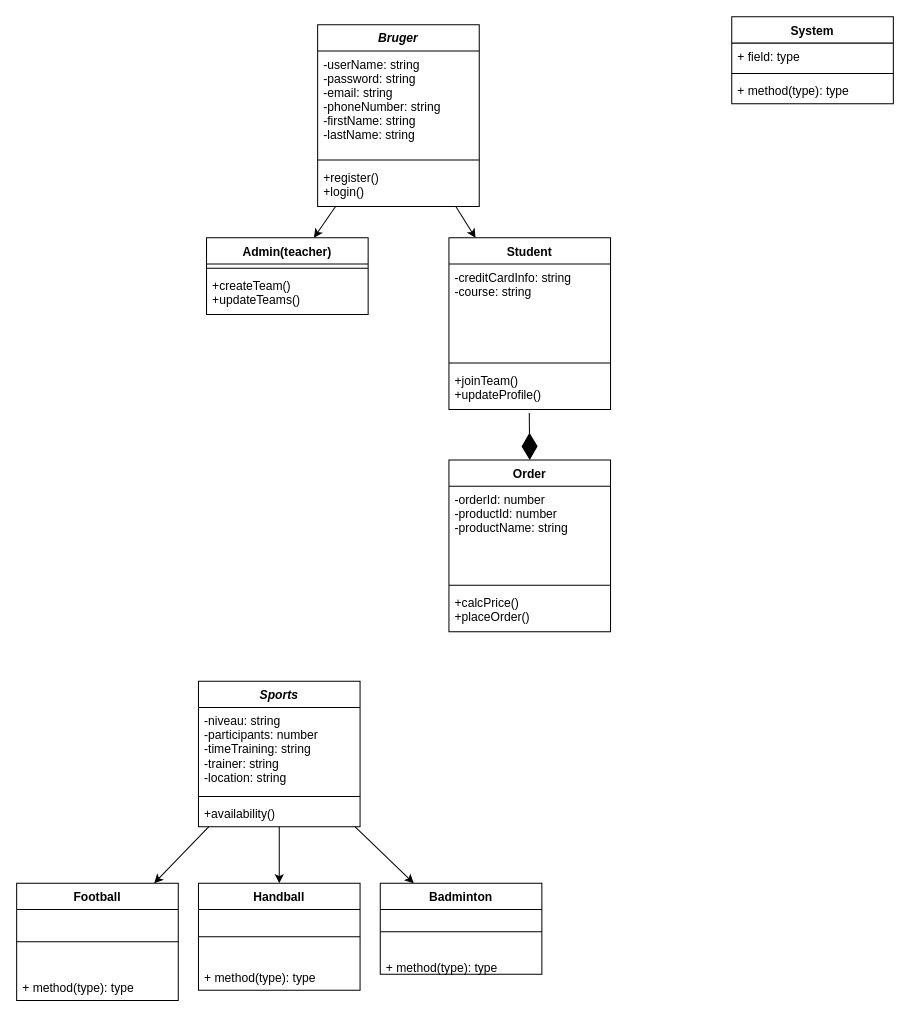
Earlier version of the draw.io diagram Untitled Diagram.drawio (Niklas107/Gruppeprojekt-1). Source tidied: cells renumbered, new cells numbered last; positions are measured from the earlier drawing's top-left corner, leaving out a move shared by most shapes. Both pictures are drawn from the tidied source at 101%, with x=0, y=0 at pixel (16, 16).
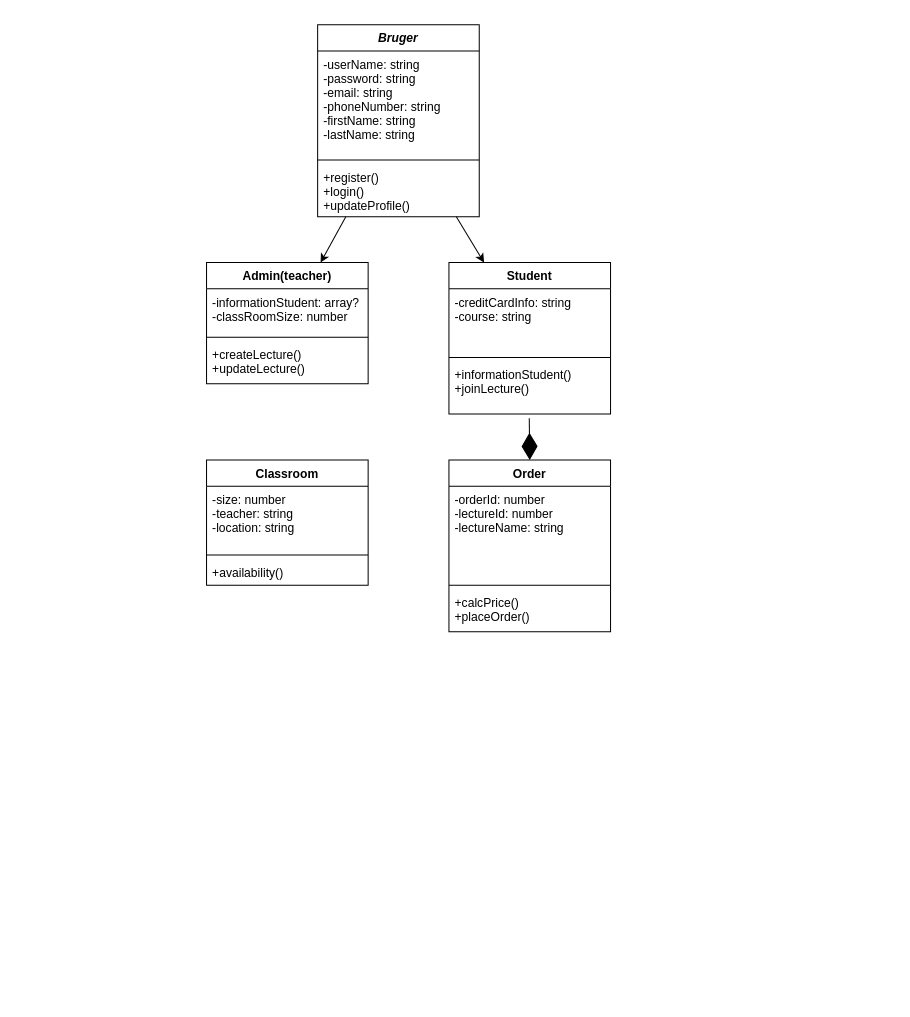
After the change.

Unchanged cells that the change refers to:
```xml
<mxCell id="15" value="Order" style="swimlane;fontStyle=1;align=center;verticalAlign=top;horizontal=1;startSize=26;" parent="1" vertex="1">
  <mxGeometry x="428" y="439" width="160" height="170" as="geometry" />
</mxCell>
```

The edit, as a diff of the source:
```diff
@@
     <mxCell id="4" value="Bruger" style="swimlane;fontStyle=3;align=center;verticalAlign=top;horizontal=1;startSize=26;" parent="1" vertex="1">
-      <mxGeometry x="298" y="8" width="160" height="180" as="geometry" />
+      <mxGeometry x="298" y="8" width="160" height="190" as="geometry" />
     </mxCell>
@@
-    <mxCell id="7" value="+register()&#10;+login()" style="text;strokeColor=none;fillColor=none;align=left;verticalAlign=top;spacingLeft=4;spacingRight=4;overflow=hidden;" parent="4" vertex="1">
-      <mxGeometry y="138" width="160" height="42" as="geometry" />
+    <mxCell id="7" value="+register()&#10;+login()&#10;+updateProfile()" style="text;strokeColor=none;fillColor=none;align=left;verticalAlign=top;spacingLeft=4;spacingRight=4;overflow=hidden;" parent="4" vertex="1">
+      <mxGeometry y="138" width="160" height="52" as="geometry" />
     </mxCell>
     <mxCell id="8" value="Admin(teacher)" style="swimlane;fontStyle=1;align=center;verticalAlign=top;horizontal=1;startSize=26;" parent="1" vertex="1">
-      <mxGeometry x="188" y="219" width="160" height="76" as="geometry" />
+      <mxGeometry x="188" y="243.5" width="160" height="120" as="geometry" />
     </mxCell>
+    <mxCell id="40" value="-informationStudent: array?&#10;-classRoomSize: number&#10;" style="text;strokeColor=none;fillColor=none;align=left;verticalAlign=top;spacingLeft=4;spacingRight=4;overflow=hidden;" parent="8" vertex="1">
+      <mxGeometry y="26" width="160" height="44" as="geometry" />
+    </mxCell>
     <mxCell id="9" style="line;strokeWidth=1;fillColor=none;align=left;verticalAlign=middle;spacingTop=-1;spacingLeft=3;spacingRight=3;labelPosition=right;" parent="8" vertex="1">
-      <mxGeometry y="26" width="160" height="8" as="geometry" />
+      <mxGeometry y="70" width="160" height="8" as="geometry" />
     </mxCell>
-    <mxCell id="10" value="+createTeam()&#10;+updateTeams()" style="text;strokeColor=none;fillColor=none;align=left;verticalAlign=top;spacingLeft=4;spacingRight=4;overflow=hidden;" parent="8" vertex="1">
-      <mxGeometry y="34" width="160" height="42" as="geometry" />
+    <mxCell id="10" value="+createLecture()&#10;+updateLecture()" style="text;strokeColor=none;fillColor=none;align=left;verticalAlign=top;spacingLeft=4;spacingRight=4;overflow=hidden;" parent="8" vertex="1">
+      <mxGeometry y="78" width="160" height="42" as="geometry" />
     </mxCell>
     <mxCell id="11" value="Student" style="swimlane;fontStyle=1;align=center;verticalAlign=top;horizontal=1;startSize=26;" parent="1" vertex="1">
-      <mxGeometry x="428" y="219" width="160" height="170" as="geometry" />
+      <mxGeometry x="428" y="243.5" width="160" height="150" as="geometry" />
     </mxCell>
     <mxCell id="12" value="-creditCardInfo: string&#10;-course: string" style="text;strokeColor=none;fillColor=none;align=left;verticalAlign=top;spacingLeft=4;spacingRight=4;overflow=hidden;" parent="11" vertex="1">
-      <mxGeometry y="26" width="160" height="94" as="geometry" />
+      <mxGeometry y="26" width="160" height="64" as="geometry" />
     </mxCell>
     <mxCell id="13" style="line;strokeWidth=1;fillColor=none;align=left;verticalAlign=middle;spacingTop=-1;spacingLeft=3;spacingRight=3;labelPosition=right;" parent="11" vertex="1">
-      <mxGeometry y="120" width="160" height="8" as="geometry" />
+      <mxGeometry y="90" width="160" height="8" as="geometry" />
     </mxCell>
-    <mxCell id="14" value="+joinTeam()&#10;+updateProfile()" style="text;strokeColor=none;fillColor=none;align=left;verticalAlign=top;spacingLeft=4;spacingRight=4;overflow=hidden;points=[[0,0.5],[1,0.5]];portConstraint=eastwest;" parent="11" vertex="1">
-      <mxGeometry y="128" width="160" height="42" as="geometry" />
+    <mxCell id="14" value="+informationStudent()&#10;+joinLecture()&#10;" style="text;strokeColor=none;fillColor=none;align=left;verticalAlign=top;spacingLeft=4;spacingRight=4;overflow=hidden;points=[[0,0.5],[1,0.5]];portConstraint=eastwest;" parent="11" vertex="1">
+      <mxGeometry y="98" width="160" height="52" as="geometry" />
     </mxCell>
@@
-    <mxCell id="16" value="-orderId: number&#10;-productId: number&#10;-productName: string&#10;" style="text;strokeColor=none;fillColor=none;align=left;verticalAlign=top;spacingLeft=4;spacingRight=4;overflow=hidden;" parent="15" vertex="1">
+    <mxCell id="16" value="-orderId: number&#10;-lectureId: number&#10;-lectureName: string&#10;" style="text;strokeColor=none;fillColor=none;align=left;verticalAlign=top;spacingLeft=4;spacingRight=4;overflow=hidden;" parent="15" vertex="1">
       <mxGeometry y="26" width="160" height="94" as="geometry" />
     </mxCell>
@@
-    <mxCell id="19" style="edgeStyle=none;rounded=0;jettySize=auto;html=1;" parent="1" edge="1" source="22" target="32">
-      <mxGeometry relative="1" as="geometry" />
-    </mxCell>
-    <mxCell id="20" style="edgeStyle=none;rounded=0;jettySize=auto;html=1;" parent="1" edge="1" source="22" target="29">
-      <mxGeometry relative="1" as="geometry" />
-    </mxCell>
-    <mxCell id="21" style="edgeStyle=none;rounded=0;jettySize=auto;html=1;" parent="1" edge="1" source="22" target="26">
-      <mxGeometry relative="1" as="geometry" />
-    </mxCell>
-    <mxCell id="22" value="Sports" style="swimlane;fontStyle=3;align=center;verticalAlign=top;horizontal=1;startSize=26;" parent="1" vertex="1">
-      <mxGeometry x="180" y="658" width="160" height="144" as="geometry" />
+    <mxCell id="22" value="Classroom" style="swimlane;fontStyle=1;align=center;verticalAlign=top;horizontal=1;startSize=26;" parent="1" vertex="1">
+      <mxGeometry x="188" y="439" width="160" height="124" as="geometry" />
     </mxCell>
-    <mxCell id="23" value="-niveau: string&#10;-participants: number&#10;-timeTraining: string&#10;-trainer: string&#10;-location: string" style="text;strokeColor=none;fillColor=none;align=left;verticalAlign=top;spacingLeft=4;spacingRight=4;overflow=hidden;" parent="22" vertex="1">
-      <mxGeometry y="26" width="160" height="84" as="geometry" />
+    <mxCell id="23" value="-size: number&#10;-teacher: string&#10;-location: string" style="text;strokeColor=none;fillColor=none;align=left;verticalAlign=top;spacingLeft=4;spacingRight=4;overflow=hidden;" parent="22" vertex="1">
+      <mxGeometry y="26" width="160" height="64" as="geometry" />
     </mxCell>
     <mxCell id="24" style="line;strokeWidth=1;fillColor=none;align=left;verticalAlign=middle;spacingTop=-1;spacingLeft=3;spacingRight=3;labelPosition=right;" parent="22" vertex="1">
-      <mxGeometry y="110" width="160" height="8" as="geometry" />
+      <mxGeometry y="90" width="160" height="8" as="geometry" />
     </mxCell>
     <mxCell id="25" value="+availability()" style="text;strokeColor=none;fillColor=none;align=left;verticalAlign=top;spacingLeft=4;spacingRight=4;overflow=hidden;" parent="22" vertex="1">
-      <mxGeometry y="118" width="160" height="26" as="geometry" />
+      <mxGeometry y="98" width="160" height="26" as="geometry" />
     </mxCell>
-    <mxCell id="26" value="Handball" style="swimlane;fontStyle=1;align=center;verticalAlign=top;horizontal=1;startSize=26;" parent="1" vertex="1">
-      <mxGeometry x="180" y="858" width="160" height="106" as="geometry" />
-    </mxCell>
-    <mxCell id="27" style="line;strokeWidth=1;fillColor=none;align=left;verticalAlign=middle;spacingTop=-1;spacingLeft=3;spacingRight=3;labelPosition=right;" parent="26" vertex="1">
-      <mxGeometry y="26" width="160" height="54" as="geometry" />
-    </mxCell>
-    <mxCell id="28" value="+ method(type): type" style="text;strokeColor=none;fillColor=none;align=left;verticalAlign=top;spacingLeft=4;spacingRight=4;overflow=hidden;" parent="26" vertex="1">
-      <mxGeometry y="80" width="160" height="26" as="geometry" />
-    </mxCell>
-    <mxCell id="29" value="Badminton" style="swimlane;fontStyle=1;align=center;verticalAlign=top;horizontal=1;startSize=26;" parent="1" vertex="1">
-      <mxGeometry x="360" y="858" width="160" height="90" as="geometry" />
-    </mxCell>
-    <mxCell id="30" style="line;strokeWidth=1;fillColor=none;align=left;verticalAlign=middle;spacingTop=-1;spacingLeft=3;spacingRight=3;labelPosition=right;" parent="29" vertex="1">
-      <mxGeometry y="26" width="160" height="44" as="geometry" />
-    </mxCell>
-    <mxCell id="31" value="+ method(type): type" style="text;strokeColor=none;fillColor=none;align=left;verticalAlign=top;spacingLeft=4;spacingRight=4;overflow=hidden;" parent="29" vertex="1">
-      <mxGeometry y="70" width="160" height="20" as="geometry" />
-    </mxCell>
-    <mxCell id="32" value="Football" style="swimlane;fontStyle=1;align=center;verticalAlign=top;horizontal=1;startSize=26;" parent="1" vertex="1">
-      <mxGeometry y="858" width="160" height="116" as="geometry" />
-    </mxCell>
-    <mxCell id="33" style="line;strokeWidth=1;fillColor=none;align=left;verticalAlign=middle;spacingTop=-1;spacingLeft=3;spacingRight=3;labelPosition=right;" parent="32" vertex="1">
-      <mxGeometry y="26" width="160" height="64" as="geometry" />
-    </mxCell>
-    <mxCell id="34" value="+ method(type): type" style="text;strokeColor=none;fillColor=none;align=left;verticalAlign=top;spacingLeft=4;spacingRight=4;overflow=hidden;" parent="32" vertex="1">
-      <mxGeometry y="90" width="160" height="26" as="geometry" />
-    </mxCell>
@@
-    <mxCell id="36" value="System" style="swimlane;fontStyle=1;align=center;verticalAlign=top;horizontal=1;startSize=26;" parent="1" vertex="1">
-      <mxGeometry x="708" y="0.2" width="160" height="86" as="geometry" />
-    </mxCell>
-    <mxCell id="37" value="+ field: type" style="text;strokeColor=none;fillColor=none;align=left;verticalAlign=top;spacingLeft=4;spacingRight=4;overflow=hidden;" parent="36" vertex="1">
-      <mxGeometry y="26" width="160" height="26" as="geometry" />
-    </mxCell>
-    <mxCell id="38" style="line;strokeWidth=1;fillColor=none;align=left;verticalAlign=middle;spacingTop=-1;spacingLeft=3;spacingRight=3;labelPosition=right;" parent="36" vertex="1">
-      <mxGeometry y="52" width="160" height="8" as="geometry" />
-    </mxCell>
-    <mxCell id="39" value="+ method(type): type" style="text;strokeColor=none;fillColor=none;align=left;verticalAlign=top;spacingLeft=4;spacingRight=4;overflow=hidden;" parent="36" vertex="1">
-      <mxGeometry y="60" width="160" height="26" as="geometry" />
-    </mxCell>
```
